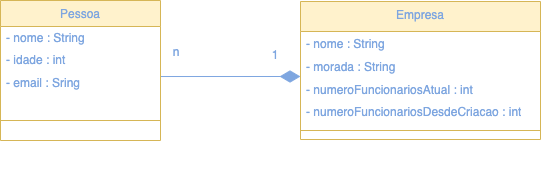
Earlier version of the draw.io export src/main/resources/uml_diagram.png (Li-hub-san/lab-prog-ficha7). Source tidied: cells renumbered, new cells last; positions are measured from the earlier drawing's top-left corner, leaving out a move shared by most shapes.
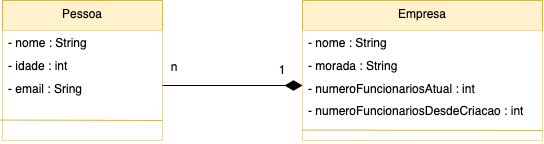
After the commit.

The edit, as a diff of the source:
```diff
@@ -2,38 +2,40 @@
   <root>
     <mxCell id="0" />
     <mxCell id="1" parent="0" />
-    <mxCell id="2" style="endArrow=diamondThin;endFill=1;endSize=18;html=1;rounded=0;targetPerimeterSpacing=0;strokeWidth=1;jumpStyle=arc;entryX=0;entryY=0.5;entryDx=0;entryDy=0;exitX=1;exitY=0.676;exitDx=0;exitDy=0;exitPerimeter=0;strokeColor=#7EA6E0;" parent="1" edge="1" source="5" target="10">
-      <mxGeometry relative="1" as="geometry" />
-    </mxCell>
-    <mxCell id="3" style="group;" parent="1" vertex="1">
-      <mxGeometry width="270" height="169.4" as="geometry" />
-    </mxCell>
+    <mxCell id="12" value="1" style="text;html=1;strokeColor=none;fillColor=none;align=center;verticalAlign=middle;whiteSpace=wrap;rounded=0;" parent="1" vertex="1">
+      <mxGeometry x="250" y="56" width="60" height="30" as="geometry" />
+    </mxCell>
+    <mxCell id="9" value="Empresa" style="swimlane;fontStyle=0;align=center;verticalAlign=top;horizontal=1;startSize=30;fillColor=#fff2cc;strokeColor=#d6b656;gradientColor=none;swimlaneFillColor=default;" parent="1" vertex="1">
+      <mxGeometry x="300" y="1" width="240" height="140" as="geometry" />
+    </mxCell>
+    <mxCell id="10" value="&lt;p style=&quot;line-height: 1.3&quot;&gt;&lt;/p&gt;&lt;blockquote style=&quot;margin: 0 0 0 40px ; border: none ; padding: 0px&quot;&gt;&lt;/blockquote&gt;&lt;div&gt;&lt;span style=&quot;line-height: 1.9&quot;&gt;&lt;font&gt;- nome : String&lt;/font&gt;&lt;/span&gt;&lt;/div&gt;&lt;div&gt;&lt;span style=&quot;line-height: 1.9&quot;&gt;&lt;font&gt;- morada : String&lt;/font&gt;&lt;/span&gt;&lt;/div&gt;&lt;div&gt;&lt;span style=&quot;line-height: 1.9&quot;&gt;&lt;font&gt;- numeroFuncionariosAtual : int&lt;/font&gt;&lt;/span&gt;&lt;/div&gt;&lt;div&gt;&lt;span style=&quot;line-height: 1.9&quot;&gt;&lt;font&gt;- numeroFuncionariosDesdeCriacao : int&lt;/font&gt;&lt;/span&gt;&lt;/div&gt;&lt;blockquote style=&quot;margin: 0 0 0 40px ; border: none ; padding: 0px&quot;&gt;&lt;/blockquote&gt;&lt;blockquote style=&quot;margin: 0 0 0 40px ; border: none ; padding: 0px&quot;&gt;&lt;/blockquote&gt;&lt;p&gt;&lt;/p&gt;" style="text;align=left;verticalAlign=top;spacingLeft=4;spacingRight=4;overflow=hidden;points=[[0,0.5],[1,0.5]];portConstraint=eastwest;fontSize=12;whiteSpace=wrap;html=1;spacing=2;spacingBottom=0;spacingTop=-17;fillColor=default;gradientColor=none;fontColor=#000000;" parent="9" vertex="1">
+      <mxGeometry y="30" width="240" height="110" as="geometry" />
+    </mxCell>
+    <mxCell id="13" style="endArrow=none;html=1;rounded=0;fontSize=12;fontColor=#000000;startSize=15;endSize=18;targetPerimeterSpacing=0;strokeColor=#d6b656;strokeWidth=1;jumpStyle=arc;exitX=-0.012;exitY=0.814;exitDx=0;exitDy=0;exitPerimeter=0;fillColor=#fff2cc;" parent="9" edge="1">
+      <mxGeometry relative="1" as="geometry">
+        <mxPoint y="129.5" as="sourcePoint" />
+        <mxPoint x="240" y="130" as="targetPoint" />
+      </mxGeometry>
+    </mxCell>
+    <mxCell id="7" value="n" style="text;html=1;strokeColor=none;fillColor=none;align=center;verticalAlign=middle;whiteSpace=wrap;rounded=0;" parent="1" vertex="1">
+      <mxGeometry x="142" y="50.4" width="60" height="35.2" as="geometry" />
+    </mxCell>
+    <mxCell id="14" style="group;" parent="1" vertex="1">
+      <mxGeometry y="1" width="160" height="140" as="geometry" />
+    </mxCell>
-    <mxCell id="4" value="Pessoa" style="swimlane;fontStyle=0;align=center;verticalAlign=top;horizontal=1;startSize=26;fillColor=#fff2cc;strokeColor=#d6b656;fontColor=#7EA6E0;" parent="3" vertex="1">
+    <mxCell id="4" value="Pessoa" style="swimlane;fontStyle=0;align=center;verticalAlign=top;horizontal=1;startSize=30;fillColor=#fff2cc;strokeColor=#d6b656;gradientColor=none;swimlaneFillColor=default;" parent="14" vertex="1">
       <mxGeometry width="160" height="140" as="geometry" />
     </mxCell>
-    <mxCell id="5" value="&lt;p style=&quot;line-height: 1.9&quot;&gt;&lt;font color=&quot;#7ea6e0&quot;&gt;- nome : String&lt;br&gt;- idade : int&lt;br&gt;- email : Sring&lt;/font&gt;&lt;/p&gt;" style="text;align=left;verticalAlign=middle;spacingLeft=4;spacingRight=4;overflow=hidden;points=[[0,0.5],[1,0.5]];portConstraint=eastwest;fontStyle=0;html=1;spacingTop=-14;" parent="4" vertex="1">
-      <mxGeometry y="26" width="160" height="74" as="geometry" />
+    <mxCell id="5" value="&lt;p style=&quot;line-height: 1.9&quot;&gt;- nome : String&lt;br&gt;- idade : int&lt;br&gt;- email : Sring&lt;br&gt;&lt;br&gt;&lt;br&gt;&lt;br&gt;&lt;/p&gt;" style="text;align=left;verticalAlign=top;spacingLeft=4;spacingRight=4;overflow=hidden;points=[[0,0.5],[1,0.5]];portConstraint=eastwest;fontSize=12;spacing=2;spacingBottom=0;spacingTop=-17;fillColor=default;gradientColor=none;fontColor=#000000;html=1;whiteSpace=wrap;labelBackgroundColor=none;" parent="4" vertex="1">
+      <mxGeometry y="30" width="160" height="110" as="geometry" />
     </mxCell>
-    <mxCell id="6" style="line;strokeWidth=1;fillColor=#fff2cc;align=left;verticalAlign=middle;spacingTop=-1;spacingLeft=3;spacingRight=3;labelPosition=right;labelBackgroundColor=#ffffff;fontSize=12;html=1;strokeColor=#d6b656;" parent="4" vertex="1">
-      <mxGeometry y="100" width="160" height="40" as="geometry" />
-    </mxCell>
-    <mxCell id="7" value="&lt;font color=&quot;#7ea6e0&quot;&gt;n&lt;/font&gt;" style="text;html=1;strokeColor=none;fillColor=none;align=center;verticalAlign=middle;whiteSpace=wrap;rounded=0;" parent="3" vertex="1">
-      <mxGeometry x="146" y="34.1" width="60" height="35.2" as="geometry" />
-    </mxCell>
-    <mxCell id="8" style="group;" parent="1" vertex="1">
-      <mxGeometry x="245" y="1" width="295" height="140" as="geometry" />
-    </mxCell>
-    <mxCell id="9" value="Empresa" style="swimlane;fontStyle=0;align=center;verticalAlign=top;horizontal=1;startSize=30;fillColor=#fff2cc;strokeColor=#d6b656;fontColor=#7EA6E0;" parent="8" vertex="1">
-      <mxGeometry x="55" width="240" height="138" as="geometry" />
-    </mxCell>
-    <mxCell id="10" value="&lt;p style=&quot;line-height: 1.3&quot;&gt;&lt;/p&gt;&lt;blockquote style=&quot;margin: 0 0 0 40px ; border: none ; padding: 0px&quot;&gt;&lt;/blockquote&gt;&lt;div&gt;&lt;span style=&quot;line-height: 1.9&quot;&gt;&lt;font color=&quot;#7ea6e0&quot;&gt;- nome : String&lt;/font&gt;&lt;/span&gt;&lt;/div&gt;&lt;div&gt;&lt;span style=&quot;line-height: 1.9&quot;&gt;&lt;font color=&quot;#7ea6e0&quot;&gt;- morada : String&lt;/font&gt;&lt;/span&gt;&lt;/div&gt;&lt;div&gt;&lt;span style=&quot;line-height: 1.9&quot;&gt;&lt;font color=&quot;#7ea6e0&quot;&gt;- numeroFuncionariosAtual : int&lt;/font&gt;&lt;/span&gt;&lt;/div&gt;&lt;div&gt;&lt;span style=&quot;line-height: 1.9&quot;&gt;&lt;font color=&quot;#7ea6e0&quot;&gt;- numeroFuncionariosDesdeCriacao : int&lt;/font&gt;&lt;/span&gt;&lt;/div&gt;&lt;blockquote style=&quot;margin: 0 0 0 40px ; border: none ; padding: 0px&quot;&gt;&lt;/blockquote&gt;&lt;blockquote style=&quot;margin: 0 0 0 40px ; border: none ; padding: 0px&quot;&gt;&lt;/blockquote&gt;&lt;p&gt;&lt;/p&gt;" style="text;strokeColor=none;fillColor=none;align=left;verticalAlign=top;spacingLeft=4;spacingRight=4;overflow=hidden;points=[[0,0.5],[1,0.5]];portConstraint=eastwest;fontSize=12;whiteSpace=wrap;html=1;spacing=2;spacingBottom=0;spacingTop=-17;" parent="9" vertex="1">
-      <mxGeometry y="30" width="240" height="90" as="geometry" />
-    </mxCell>
-    <mxCell id="11" style="line;strokeWidth=1;fillColor=#fff2cc;align=left;verticalAlign=middle;spacingTop=-1;spacingLeft=3;spacingRight=3;labelPosition=right;strokeColor=#d6b656;" parent="9" vertex="1">
-      <mxGeometry y="120" width="240" height="18" as="geometry" />
-    </mxCell>
-    <mxCell id="12" value="&lt;font color=&quot;#7ea6e0&quot;&gt;1&lt;/font&gt;" style="text;html=1;strokeColor=none;fillColor=none;align=center;verticalAlign=middle;whiteSpace=wrap;rounded=0;" parent="8" vertex="1">
-      <mxGeometry y="39" width="60" height="30" as="geometry" />
-    </mxCell>
+    <mxCell id="15" style="endArrow=none;html=1;rounded=0;fontSize=12;fontColor=#000000;startSize=15;endSize=18;targetPerimeterSpacing=0;strokeColor=#d6b656;strokeWidth=1;jumpStyle=arc;exitX=-0.012;exitY=0.814;exitDx=0;exitDy=0;exitPerimeter=0;fillColor=#fff2cc;" parent="14" edge="1" source="5">
+      <mxGeometry relative="1" as="geometry">
+        <mxPoint x="160" y="120" as="targetPoint" />
+      </mxGeometry>
+    </mxCell>
+    <mxCell id="16" style="edgeStyle=orthogonalEdgeStyle;rounded=0;jumpStyle=arc;jettySize=auto;html=1;entryX=1;entryY=0.5;entryDx=0;entryDy=0;fontSize=12;fontColor=#000000;startArrow=diamondThin;startFill=1;endArrow=none;endFill=0;startSize=15;endSize=18;targetPerimeterSpacing=0;strokeColor=#000000;strokeWidth=1;" parent="1" edge="1" source="10" target="5">
+      <mxGeometry relative="1" as="geometry" />
+    </mxCell>
   </root>
 </mxGraphModel>
```
